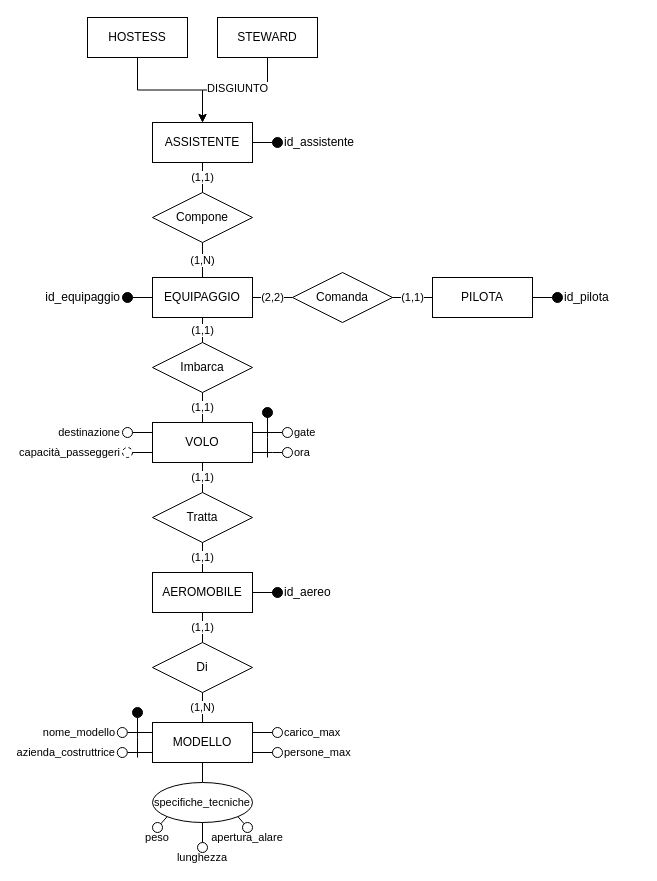
This is page "schema_iniziale" (1 of 6) of schemi/SchemaER.drawio from thomasmassarutto/Voli_Aeroporto, a draw.io file, before an edit. Source tidied: cells renumbered, new cells numbered last; positions are measured from the earlier drawing's top-left corner, leaving out a move shared by most shapes. Both pictures are drawn from the tidied source at 100%, with x=0, y=0 at pixel (87, 17).
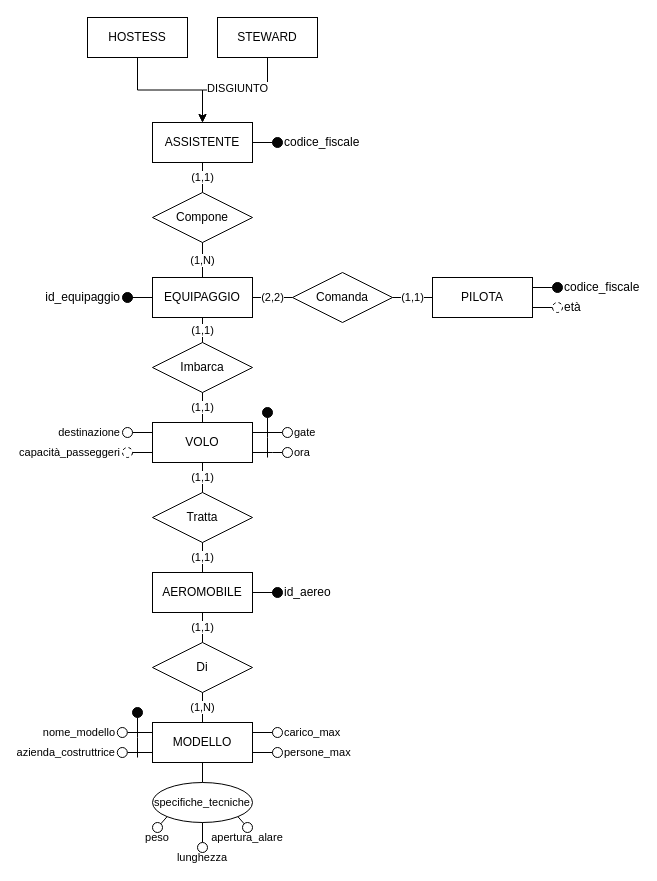
The same page after the edit.

Unchanged cells that the change refers to:
```xml
<mxCell id="11" value="PILOTA" style="whiteSpace=wrap;html=1;align=center;" parent="1" vertex="1">
  <mxGeometry x="345" y="260" width="100" height="40" as="geometry" />
</mxCell>
```

What changed in the source:
```diff
@@
-    <mxCell id="30" value="id_assistente" style="ellipse;whiteSpace=wrap;html=1;align=left;fontStyle=0;verticalAlign=middle;horizontal=1;labelPosition=right;verticalLabelPosition=middle;labelBackgroundColor=none;fillStyle=auto;fillColor=#050505;" parent="1" vertex="1">
+    <mxCell id="30" value="codice_fiscale" style="ellipse;whiteSpace=wrap;html=1;align=left;fontStyle=0;verticalAlign=middle;horizontal=1;labelPosition=right;verticalLabelPosition=middle;labelBackgroundColor=none;fillStyle=auto;fillColor=#050505;" parent="1" vertex="1">
       <mxGeometry x="185" y="120" width="10" height="10" as="geometry" />
     </mxCell>
@@
-    <mxCell id="32" value="id_pilota" style="ellipse;whiteSpace=wrap;html=1;align=left;fontStyle=0;verticalAlign=middle;horizontal=1;labelPosition=right;verticalLabelPosition=middle;labelBackgroundColor=none;fillStyle=auto;fillColor=#050505;" parent="1" vertex="1">
-      <mxGeometry x="465" y="275" width="10" height="10" as="geometry" />
+    <mxCell id="32" value="codice_fiscale" style="ellipse;whiteSpace=wrap;html=1;align=left;fontStyle=0;verticalAlign=middle;horizontal=1;labelPosition=right;verticalLabelPosition=middle;labelBackgroundColor=none;fillStyle=auto;fillColor=#050505;" parent="1" vertex="1">
+      <mxGeometry x="465" y="265" width="10" height="10" as="geometry" />
     </mxCell>
@@
-    <mxCell id="35" style="edgeStyle=orthogonalEdgeStyle;shape=connector;rounded=0;jettySize=auto;html=1;entryX=0;entryY=0.5;entryDx=0;entryDy=0;labelBackgroundColor=default;strokeColor=default;align=center;verticalAlign=middle;fontFamily=Helvetica;fontSize=11;fontColor=default;endArrow=none;endFill=0;" parent="1" edge="1" source="11" target="32">
-      <mxGeometry relative="1" as="geometry">
-        <Array as="points">
-          <mxPoint x="425" y="280" />
-          <mxPoint x="425" y="280" />
-        </Array>
-      </mxGeometry>
-    </mxCell>
@@
+    <mxCell id="64" value="età" style="ellipse;whiteSpace=wrap;html=1;align=left;fontStyle=0;verticalAlign=middle;horizontal=1;labelPosition=right;verticalLabelPosition=middle;labelBackgroundColor=none;fillStyle=auto;fillColor=#FFFFFF;dashed=1;" parent="1" vertex="1">
+      <mxGeometry x="465" y="285" width="10" height="10" as="geometry" />
+    </mxCell>
+    <mxCell id="35" style="edgeStyle=orthogonalEdgeStyle;rounded=0;jettySize=auto;html=1;exitX=1;exitY=0.25;exitDx=0;exitDy=0;entryX=0;entryY=0.5;entryDx=0;entryDy=0;endArrow=none;endFill=0;" parent="1" edge="1" source="11" target="32">
+      <mxGeometry relative="1" as="geometry" />
+    </mxCell>
+    <mxCell id="65" style="edgeStyle=orthogonalEdgeStyle;rounded=0;jettySize=auto;html=1;exitX=1;exitY=0.75;exitDx=0;exitDy=0;entryX=0;entryY=0.5;entryDx=0;entryDy=0;endArrow=none;endFill=0;" parent="1" edge="1" source="11" target="64">
+      <mxGeometry relative="1" as="geometry" />
+    </mxCell>
```
